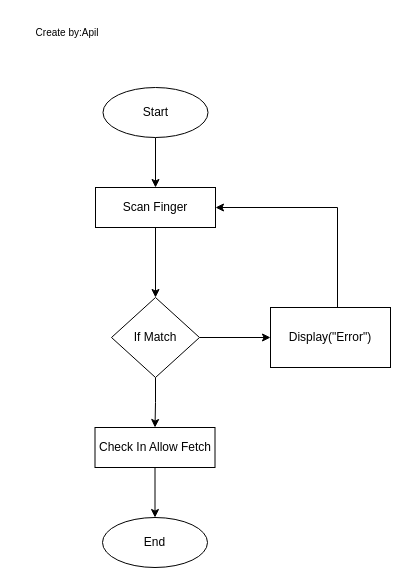
Before: FLowChart/CheckOut_FlowChart.drawio in ApilLamsal/My-Work-For-Draw.io, a draw.io diagram. Source tidied: cells renumbered, new cells numbered last; positions are measured from the earlier drawing's top-left corner, leaving out a move shared by most shapes. Both pictures are drawn from the tidied source at 100%, with x=0, y=0 at pixel (17, 17).
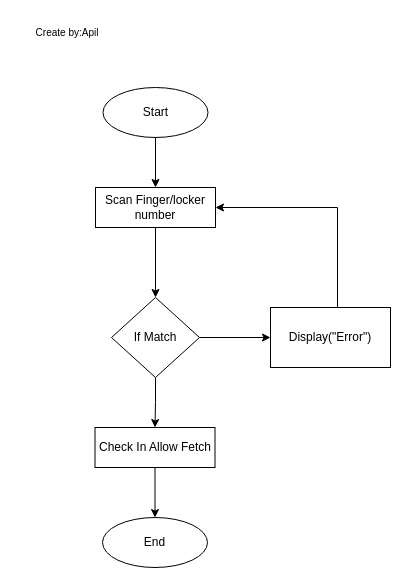
After the change.

Change to the diagram source:
```diff
@@
 <mxGraphModel>
   <root>
     <mxCell id="0" />
     <mxCell id="1" parent="0" />
     <mxCell id="2" style="edgeStyle=orthogonalEdgeStyle;rounded=0;jettySize=auto;html=1;" parent="1" edge="1" source="3" target="9">
       <mxGeometry relative="1" as="geometry" />
     </mxCell>
-    <mxCell id="3" value="Scan Finger" style="rounded=0;whiteSpace=wrap;html=1;" parent="1" vertex="1">
+    <mxCell id="3" value="Scan Finger/locker number" style="rounded=0;whiteSpace=wrap;html=1;" parent="1" vertex="1">
       <mxGeometry x="78" y="170" width="120" height="40" as="geometry" />
     </mxCell>
     <mxCell id="4" style="edgeStyle=orthogonalEdgeStyle;rounded=0;jettySize=auto;html=1;entryX=0.5;entryY=0;entryDx=0;entryDy=0;" parent="1" edge="1" source="5" target="6">
       <mxGeometry relative="1" as="geometry" />
     </mxCell>
     <mxCell id="5" value="Check In Allow Fetch" style="rounded=0;whiteSpace=wrap;html=1;" parent="1" vertex="1">
       <mxGeometry x="77.5" y="410" width="120" height="40" as="geometry" />
     </mxCell>
     <mxCell id="6" value="End" style="ellipse;whiteSpace=wrap;html=1;" parent="1" vertex="1">
       <mxGeometry x="85" y="500" width="105" height="50" as="geometry" />
     </mxCell>
     <mxCell id="7" style="edgeStyle=orthogonalEdgeStyle;rounded=0;jettySize=auto;html=1;" parent="1" edge="1" source="9" target="11">
       <mxGeometry relative="1" as="geometry" />
     </mxCell>
     <mxCell id="8" style="edgeStyle=orthogonalEdgeStyle;rounded=0;jettySize=auto;html=1;entryX=0.5;entryY=0;entryDx=0;entryDy=0;" parent="1" edge="1" source="9" target="5">
       <mxGeometry relative="1" as="geometry" />
     </mxCell>
     <mxCell id="9" value="If Match" style="rhombus;whiteSpace=wrap;html=1;" parent="1" vertex="1">
       <mxGeometry x="94" y="280" width="88" height="80" as="geometry" />
     </mxCell>
     <mxCell id="10" style="edgeStyle=orthogonalEdgeStyle;rounded=0;jettySize=auto;html=1;entryX=1;entryY=0.5;entryDx=0;entryDy=0;" parent="1" edge="1" source="11" target="3">
       <mxGeometry relative="1" as="geometry">
         <Array as="points">
           <mxPoint x="320" y="190" />
         </Array>
       </mxGeometry>
     </mxCell>
     <mxCell id="11" value="Display(&quot;Error&quot;)" style="whiteSpace=wrap;html=1;" parent="1" vertex="1">
       <mxGeometry x="253" y="290" width="120" height="60" as="geometry" />
     </mxCell>
     <mxCell id="12" style="edgeStyle=orthogonalEdgeStyle;rounded=0;jettySize=auto;html=1;entryX=0.5;entryY=0;entryDx=0;entryDy=0;" parent="1" edge="1" source="13" target="3">
       <mxGeometry relative="1" as="geometry" />
     </mxCell>
     <mxCell id="13" value="Start" style="ellipse;whiteSpace=wrap;html=1;" parent="1" vertex="1">
       <mxGeometry x="85.5" y="70" width="105" height="50" as="geometry" />
     </mxCell>
     <mxCell id="14" value="&lt;font style=&quot;font-size: 10px;&quot;&gt;Create by:Apil&lt;/font&gt;" style="text;html=1;strokeColor=none;fillColor=none;align=center;verticalAlign=middle;whiteSpace=wrap;rounded=0;fontSize=10;" parent="1" vertex="1">
       <mxGeometry width="100" height="30" as="geometry" />
     </mxCell>
   </root>
 </mxGraphModel>
```
